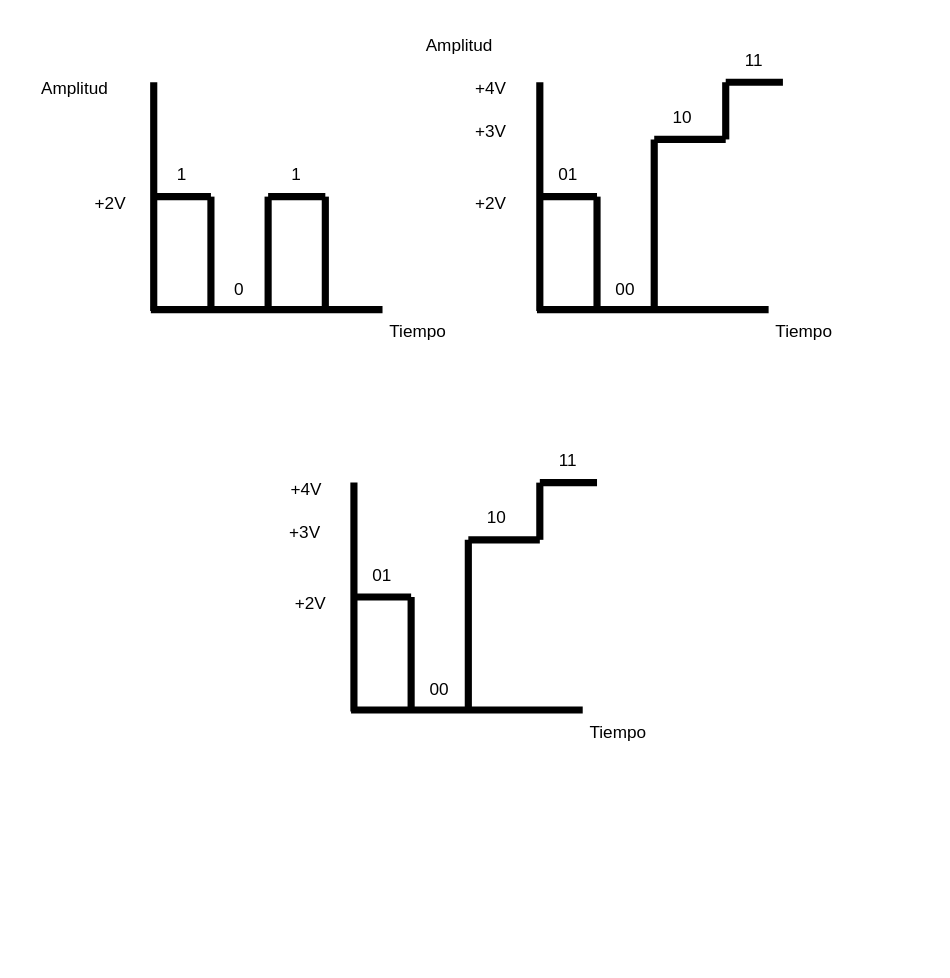
This is comunicacion-heuristica-dos.drawio from oscaralfrm/Actividades-de-Practica, a draw.io file, before an edit. Source tidied: cells renumbered, new cells numbered last; positions are measured from the earlier drawing's top-left corner, leaving out a move shared by most shapes. Both pictures are drawn from the tidied source at 143%, with x=0, y=0 at pixel (24, 24).
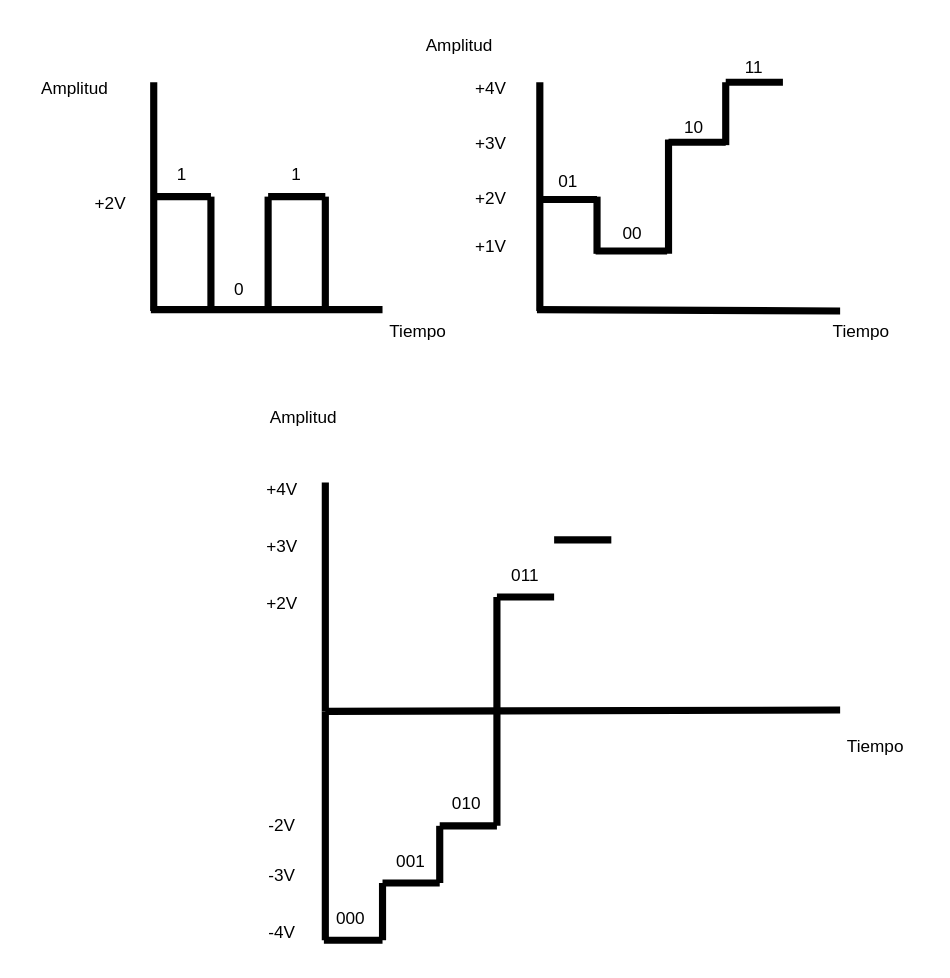
The same diagram, later.

Diff of the diagram source:
```diff
@@
     <mxCell id="16" style="endArrow=none;html=1;rounded=0;strokeWidth=5;" parent="1" edge="1">
       <mxGeometry relative="1" as="geometry">
         <mxPoint x="358" y="199" as="sourcePoint" />
-        <mxPoint x="520" y="199" as="targetPoint" />
+        <mxPoint x="570" y="200" as="targetPoint" />
       </mxGeometry>
     </mxCell>
@@
     <mxCell id="18" value="Tiempo" style="text;html=1;align=center;verticalAlign=middle;whiteSpace=wrap;rounded=0;" parent="1" vertex="1">
-      <mxGeometry x="510" y="200" width="70" height="30" as="geometry" />
+      <mxGeometry x="550" y="200" width="70" height="30" as="geometry" />
     </mxCell>
     <mxCell id="19" style="endArrow=none;html=1;rounded=0;strokeWidth=5;" parent="1" edge="1">
       <mxGeometry relative="1" as="geometry">
-        <mxPoint x="360" y="120" as="sourcePoint" />
-        <mxPoint x="400" y="120" as="targetPoint" />
+        <mxPoint x="360" y="122" as="sourcePoint" />
+        <mxPoint x="400" y="122" as="targetPoint" />
       </mxGeometry>
     </mxCell>
     <mxCell id="20" style="endArrow=none;html=1;rounded=0;strokeWidth=5;" parent="1" edge="1">
       <mxGeometry relative="1" as="geometry">
         <mxPoint x="400" y="120" as="sourcePoint" />
-        <mxPoint x="400" y="200" as="targetPoint" />
+        <mxPoint x="400" y="160" as="targetPoint" />
       </mxGeometry>
     </mxCell>
     <mxCell id="21" style="endArrow=none;html=1;rounded=0;strokeWidth=5;" parent="1" edge="1">
       <mxGeometry relative="1" as="geometry">
-        <mxPoint x="440" y="80" as="sourcePoint" />
-        <mxPoint x="440" y="200" as="targetPoint" />
+        <mxPoint x="450" y="80" as="sourcePoint" />
+        <mxPoint x="450" y="160" as="targetPoint" />
       </mxGeometry>
     </mxCell>
     <mxCell id="22" value="+2V" style="text;html=1;align=center;verticalAlign=middle;whiteSpace=wrap;rounded=0;" parent="1" vertex="1">
-      <mxGeometry x="296" y="110" width="60" height="30" as="geometry" />
+      <mxGeometry x="296" y="107" width="60" height="30" as="geometry" />
     </mxCell>
     <mxCell id="23" value="00" style="text;html=1;align=center;verticalAlign=middle;whiteSpace=wrap;rounded=0;" parent="1" vertex="1">
-      <mxGeometry x="390" y="170" width="60" height="30" as="geometry" />
+      <mxGeometry x="410" y="131" width="30" height="30" as="geometry" />
     </mxCell>
     <mxCell id="24" value="+3V" style="text;html=1;align=center;verticalAlign=middle;whiteSpace=wrap;rounded=0;" parent="1" vertex="1">
-      <mxGeometry x="296" y="60" width="60" height="30" as="geometry" />
+      <mxGeometry x="296" y="68" width="60" height="30" as="geometry" />
     </mxCell>
     <mxCell id="25" value="01" style="text;html=1;align=center;verticalAlign=middle;whiteSpace=wrap;rounded=0;" parent="1" vertex="1">
-      <mxGeometry x="350" y="90" width="60" height="30" as="geometry" />
+      <mxGeometry x="350" y="95" width="60" height="30" as="geometry" />
     </mxCell>
     <mxCell id="26" style="endArrow=none;html=1;rounded=0;strokeWidth=5;" parent="1" edge="1">
       <mxGeometry relative="1" as="geometry">
-        <mxPoint x="440" y="80" as="sourcePoint" />
-        <mxPoint x="490" y="80" as="targetPoint" />
+        <mxPoint x="450" y="82" as="sourcePoint" />
+        <mxPoint x="490" y="82" as="targetPoint" />
       </mxGeometry>
     </mxCell>
     <mxCell id="27" value="10" style="text;html=1;align=center;verticalAlign=middle;whiteSpace=wrap;rounded=0;" parent="1" vertex="1">
-      <mxGeometry x="430" y="50" width="60" height="30" as="geometry" />
+      <mxGeometry x="438" y="57" width="60" height="30" as="geometry" />
     </mxCell>
     <mxCell id="28" style="endArrow=none;html=1;rounded=0;strokeWidth=5;" parent="1" edge="1">
       <mxGeometry relative="1" as="geometry">
-        <mxPoint x="490" y="80" as="sourcePoint" />
+        <mxPoint x="490" y="84" as="sourcePoint" />
         <mxPoint x="490" y="40" as="targetPoint" />
       </mxGeometry>
     </mxCell>
@@
     <mxCell id="30" value="11" style="text;html=1;align=center;verticalAlign=middle;whiteSpace=wrap;rounded=0;" parent="1" vertex="1">
-      <mxGeometry x="480" y="10" width="60" height="30" as="geometry" />
+      <mxGeometry x="480" y="15" width="60" height="30" as="geometry" />
     </mxCell>
@@
     <mxCell id="32" style="endArrow=none;html=1;rounded=0;strokeWidth=5;" parent="1" edge="1">
       <mxGeometry relative="1" as="geometry">
-        <mxPoint x="230" y="480" as="sourcePoint" />
-        <mxPoint x="230" y="320" as="targetPoint" />
+        <mxPoint x="210" y="480" as="sourcePoint" />
+        <mxPoint x="210" y="320" as="targetPoint" />
       </mxGeometry>
     </mxCell>
     <mxCell id="33" style="endArrow=none;html=1;rounded=0;strokeWidth=5;" parent="1" edge="1">
       <mxGeometry relative="1" as="geometry">
-        <mxPoint x="228" y="479" as="sourcePoint" />
-        <mxPoint x="390" y="479" as="targetPoint" />
+        <mxPoint x="210" y="480" as="sourcePoint" />
+        <mxPoint x="570" y="479" as="targetPoint" />
       </mxGeometry>
     </mxCell>
     <mxCell id="34" value="Tiempo" style="text;html=1;align=center;verticalAlign=middle;whiteSpace=wrap;rounded=0;" parent="1" vertex="1">
-      <mxGeometry x="380" y="480" width="70" height="30" as="geometry" />
+      <mxGeometry x="560" y="490" width="70" height="30" as="geometry" />
     </mxCell>
-    <mxCell id="35" style="endArrow=none;html=1;rounded=0;strokeWidth=5;" parent="1" edge="1">
-      <mxGeometry relative="1" as="geometry">
-        <mxPoint x="230" y="400" as="sourcePoint" />
-        <mxPoint x="270" y="400" as="targetPoint" />
-      </mxGeometry>
-    </mxCell>
     <mxCell id="36" style="endArrow=none;html=1;rounded=0;strokeWidth=5;" parent="1" edge="1">
       <mxGeometry relative="1" as="geometry">
-        <mxPoint x="270" y="400" as="sourcePoint" />
-        <mxPoint x="270" y="480" as="targetPoint" />
+        <mxPoint x="250" y="600" as="sourcePoint" />
+        <mxPoint x="250" y="640" as="targetPoint" />
       </mxGeometry>
     </mxCell>
-    <mxCell id="37" style="endArrow=none;html=1;rounded=0;strokeWidth=5;" parent="1" edge="1">
-      <mxGeometry relative="1" as="geometry">
-        <mxPoint x="310" y="360" as="sourcePoint" />
-        <mxPoint x="310" y="480" as="targetPoint" />
-      </mxGeometry>
-    </mxCell>
     <mxCell id="38" value="+2V" style="text;html=1;align=center;verticalAlign=middle;whiteSpace=wrap;rounded=0;" parent="1" vertex="1">
-      <mxGeometry x="170" y="390" width="60" height="30" as="geometry" />
+      <mxGeometry x="150" y="390" width="60" height="30" as="geometry" />
     </mxCell>
-    <mxCell id="39" value="00" style="text;html=1;align=center;verticalAlign=middle;whiteSpace=wrap;rounded=0;" parent="1" vertex="1">
-      <mxGeometry x="260" y="450" width="60" height="30" as="geometry" />
-    </mxCell>
     <mxCell id="40" value="+3V" style="text;html=1;align=center;verticalAlign=middle;whiteSpace=wrap;rounded=0;" parent="1" vertex="1">
-      <mxGeometry x="166" y="340" width="60" height="30" as="geometry" />
+      <mxGeometry x="150" y="350" width="60" height="30" as="geometry" />
     </mxCell>
-    <mxCell id="41" value="01" style="text;html=1;align=center;verticalAlign=middle;whiteSpace=wrap;rounded=0;" parent="1" vertex="1">
-      <mxGeometry x="220" y="370" width="60" height="30" as="geometry" />
-    </mxCell>
-    <mxCell id="42" style="endArrow=none;html=1;rounded=0;strokeWidth=5;" parent="1" edge="1">
-      <mxGeometry relative="1" as="geometry">
-        <mxPoint x="310" y="360" as="sourcePoint" />
-        <mxPoint x="360" y="360" as="targetPoint" />
-      </mxGeometry>
-    </mxCell>
-    <mxCell id="43" value="10" style="text;html=1;align=center;verticalAlign=middle;whiteSpace=wrap;rounded=0;" parent="1" vertex="1">
-      <mxGeometry x="300" y="330" width="60" height="30" as="geometry" />
-    </mxCell>
-    <mxCell id="44" style="endArrow=none;html=1;rounded=0;strokeWidth=5;" parent="1" edge="1">
-      <mxGeometry relative="1" as="geometry">
-        <mxPoint x="360" y="360" as="sourcePoint" />
-        <mxPoint x="360" y="320" as="targetPoint" />
-      </mxGeometry>
-    </mxCell>
-    <mxCell id="45" style="endArrow=none;html=1;rounded=0;strokeWidth=5;" parent="1" edge="1">
-      <mxGeometry relative="1" as="geometry">
-        <mxPoint x="360" y="320" as="sourcePoint" />
-        <mxPoint x="400" y="320" as="targetPoint" />
-      </mxGeometry>
-    </mxCell>
-    <mxCell id="46" value="11" style="text;html=1;align=center;verticalAlign=middle;whiteSpace=wrap;rounded=0;" parent="1" vertex="1">
-      <mxGeometry x="350" y="290" width="60" height="30" as="geometry" />
-    </mxCell>
     <mxCell id="47" value="+4V" style="text;html=1;align=center;verticalAlign=middle;whiteSpace=wrap;rounded=0;" parent="1" vertex="1">
-      <mxGeometry x="167" y="310" width="60" height="30" as="geometry" />
+      <mxGeometry x="150" y="310" width="60" height="30" as="geometry" />
     </mxCell>
+    <mxCell id="48" value="Amplitud" style="text;html=1;align=center;verticalAlign=middle;whiteSpace=wrap;rounded=0;" parent="1" vertex="1">
+      <mxGeometry x="160" y="260" width="70" height="30" as="geometry" />
+    </mxCell>
+    <mxCell id="49" style="endArrow=none;html=1;rounded=0;strokeWidth=5;" parent="1" edge="1">
+      <mxGeometry relative="1" as="geometry">
+        <mxPoint x="210" y="640" as="sourcePoint" />
+        <mxPoint x="210" y="480" as="targetPoint" />
+      </mxGeometry>
+    </mxCell>
+    <mxCell id="50" style="endArrow=none;html=1;rounded=0;strokeWidth=5;" parent="1" edge="1">
+      <mxGeometry relative="1" as="geometry">
+        <mxPoint x="209" y="640" as="sourcePoint" />
+        <mxPoint x="250" y="640" as="targetPoint" />
+      </mxGeometry>
+    </mxCell>
+    <mxCell id="51" style="endArrow=none;html=1;rounded=0;strokeWidth=5;" parent="1" edge="1">
+      <mxGeometry relative="1" as="geometry">
+        <mxPoint x="250" y="600" as="sourcePoint" />
+        <mxPoint x="290" y="600" as="targetPoint" />
+      </mxGeometry>
+    </mxCell>
+    <mxCell id="52" style="endArrow=none;html=1;rounded=0;strokeWidth=5;" parent="1" edge="1">
+      <mxGeometry relative="1" as="geometry">
+        <mxPoint x="290" y="560" as="sourcePoint" />
+        <mxPoint x="330" y="560" as="targetPoint" />
+      </mxGeometry>
+    </mxCell>
+    <mxCell id="53" value="-2V" style="text;html=1;align=center;verticalAlign=middle;whiteSpace=wrap;rounded=0;" parent="1" vertex="1">
+      <mxGeometry x="150" y="545" width="60" height="30" as="geometry" />
+    </mxCell>
+    <mxCell id="54" value="-3V" style="text;html=1;align=center;verticalAlign=middle;whiteSpace=wrap;rounded=0;" parent="1" vertex="1">
+      <mxGeometry x="150" y="580" width="60" height="30" as="geometry" />
+    </mxCell>
+    <mxCell id="55" value="-4V" style="text;html=1;align=center;verticalAlign=middle;whiteSpace=wrap;rounded=0;" parent="1" vertex="1">
+      <mxGeometry x="150" y="620" width="60" height="30" as="geometry" />
+    </mxCell>
+    <mxCell id="56" value="000" style="text;html=1;align=center;verticalAlign=middle;whiteSpace=wrap;rounded=0;" parent="1" vertex="1">
+      <mxGeometry x="197.5" y="610" width="60" height="30" as="geometry" />
+    </mxCell>
+    <mxCell id="57" value="001" style="text;html=1;align=center;verticalAlign=middle;whiteSpace=wrap;rounded=0;" parent="1" vertex="1">
+      <mxGeometry x="240" y="570" width="60" height="30" as="geometry" />
+    </mxCell>
+    <mxCell id="58" style="endArrow=none;html=1;rounded=0;strokeWidth=5;" parent="1" edge="1">
+      <mxGeometry relative="1" as="geometry">
+        <mxPoint x="290" y="560" as="sourcePoint" />
+        <mxPoint x="290" y="600" as="targetPoint" />
+      </mxGeometry>
+    </mxCell>
+    <mxCell id="59" style="endArrow=none;html=1;rounded=0;strokeWidth=5;" parent="1" edge="1">
+      <mxGeometry relative="1" as="geometry">
+        <mxPoint x="330" y="400" as="sourcePoint" />
+        <mxPoint x="330" y="560" as="targetPoint" />
+      </mxGeometry>
+    </mxCell>
+    <mxCell id="60" value="010" style="text;html=1;align=center;verticalAlign=middle;whiteSpace=wrap;rounded=0;" parent="1" vertex="1">
+      <mxGeometry x="279" y="530" width="60" height="30" as="geometry" />
+    </mxCell>
+    <mxCell id="61" style="endArrow=none;html=1;rounded=0;strokeWidth=5;" parent="1" edge="1">
+      <mxGeometry relative="1" as="geometry">
+        <mxPoint x="330" y="400" as="sourcePoint" />
+        <mxPoint x="370" y="400" as="targetPoint" />
+      </mxGeometry>
+    </mxCell>
+    <mxCell id="62" value="011" style="text;html=1;align=center;verticalAlign=middle;whiteSpace=wrap;rounded=0;" parent="1" vertex="1">
+      <mxGeometry x="320" y="370" width="60" height="30" as="geometry" />
+    </mxCell>
+    <mxCell id="63" style="endArrow=none;html=1;rounded=0;strokeWidth=5;" parent="1" edge="1">
+      <mxGeometry relative="1" as="geometry">
+        <mxPoint x="370" y="360" as="sourcePoint" />
+        <mxPoint x="410" y="360" as="targetPoint" />
+      </mxGeometry>
+    </mxCell>
+    <mxCell id="64" value="+1V" style="text;html=1;align=center;verticalAlign=middle;whiteSpace=wrap;rounded=0;" parent="1" vertex="1">
+      <mxGeometry x="296" y="140" width="60" height="30" as="geometry" />
+    </mxCell>
+    <mxCell id="65" style="endArrow=none;html=1;rounded=0;strokeWidth=5;" parent="1" edge="1">
+      <mxGeometry relative="1" as="geometry">
+        <mxPoint x="399" y="158" as="sourcePoint" />
+        <mxPoint x="449" y="158" as="targetPoint" />
+      </mxGeometry>
+    </mxCell>
```
